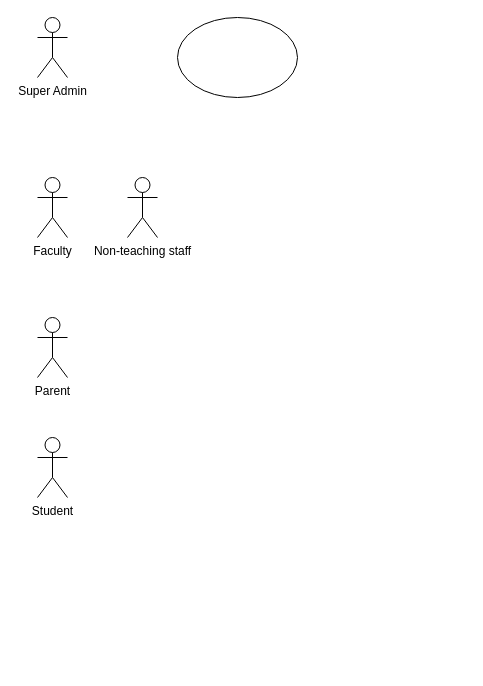
prasad-asundi/Project1 keeps this draw.io diagram as Eduga_User_Flow.drawio. Above is the earlier version. Source tidied: cells renumbered, new cells numbered last; positions are measured from the earlier drawing's top-left corner, leaving out a move shared by most shapes. Both pictures are drawn from the tidied source at 100%, with x=0, y=0 at pixel (37, 17).
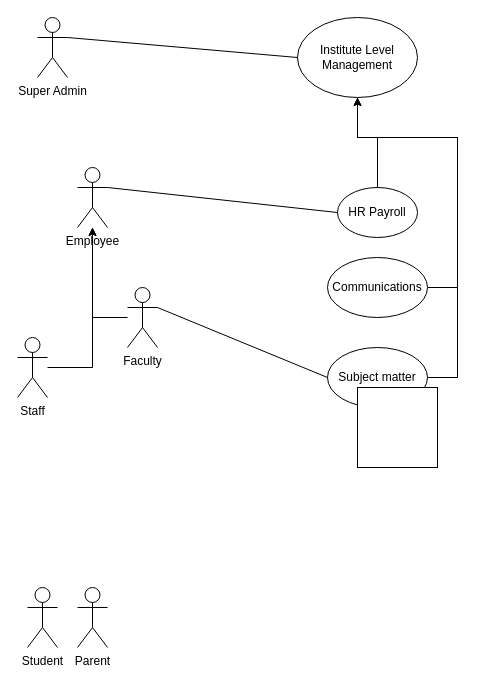
The same page after the edit.

The change refers to these unchanged cells:
```xml
<mxCell id="2" value="&lt;div&gt;Super Admin&lt;/div&gt;" style="shape=umlActor;verticalLabelPosition=bottom;verticalAlign=top;html=1;outlineConnect=0;" parent="1" vertex="1">
  <mxGeometry width="30" height="60" as="geometry" />
</mxCell>
```

The edit, as a diff of the source:
```diff
@@
+    <mxCell id="8" style="edgeStyle=orthogonalEdgeStyle;rounded=0;jettySize=auto;html=1;entryX=0.5;entryY=1;entryDx=0;entryDy=0;" parent="1" edge="1" source="3" target="16">
+      <mxGeometry relative="1" as="geometry">
+        <Array as="points">
+          <mxPoint x="340" y="120" />
+          <mxPoint x="320" y="120" />
+        </Array>
+      </mxGeometry>
+    </mxCell>
-    <mxCell id="3" style="ellipse;whiteSpace=wrap;html=1;" parent="1" vertex="1">
-      <mxGeometry x="140" width="120" height="80" as="geometry" />
+    <mxCell id="3" value="HR Payroll" style="ellipse;whiteSpace=wrap;html=1;" parent="1" vertex="1">
+      <mxGeometry x="300" y="170" width="80" height="50" as="geometry" />
     </mxCell>
+    <mxCell id="9" style="edgeStyle=orthogonalEdgeStyle;rounded=0;jettySize=auto;html=1;" parent="1" edge="1" source="4" target="11">
+      <mxGeometry relative="1" as="geometry" />
+    </mxCell>
     <mxCell id="4" value="&lt;div&gt;Faculty&lt;/div&gt;" style="shape=umlActor;verticalLabelPosition=bottom;verticalAlign=top;html=1;outlineConnect=0;" parent="1" vertex="1">
-      <mxGeometry y="160" width="30" height="60" as="geometry" />
+      <mxGeometry x="90" y="270" width="30" height="60" as="geometry" />
     </mxCell>
     <mxCell id="5" value="Parent" style="shape=umlActor;verticalLabelPosition=bottom;verticalAlign=top;html=1;" parent="1" vertex="1">
-      <mxGeometry y="300" width="30" height="60" as="geometry" />
+      <mxGeometry x="40" y="570" width="30" height="60" as="geometry" />
     </mxCell>
     <mxCell id="6" value="Student" style="shape=umlActor;verticalLabelPosition=bottom;verticalAlign=top;html=1;" parent="1" vertex="1">
-      <mxGeometry y="420" width="30" height="60" as="geometry" />
+      <mxGeometry x="-10" y="570" width="30" height="60" as="geometry" />
     </mxCell>
+    <mxCell id="10" style="edgeStyle=orthogonalEdgeStyle;rounded=0;jettySize=auto;html=1;" parent="1" edge="1" source="7" target="11">
+      <mxGeometry relative="1" as="geometry" />
+    </mxCell>
-    <mxCell id="7" value="Non-teaching staff" style="shape=umlActor;verticalLabelPosition=bottom;verticalAlign=top;html=1;outlineConnect=0;" parent="1" vertex="1">
-      <mxGeometry x="90" y="160" width="30" height="60" as="geometry" />
+    <mxCell id="7" value="Staff" style="shape=umlActor;verticalLabelPosition=bottom;verticalAlign=top;html=1;outlineConnect=0;" parent="1" vertex="1">
+      <mxGeometry x="-20" y="320" width="30" height="60" as="geometry" />
     </mxCell>
+    <mxCell id="11" value="Employee" style="shape=umlActor;verticalLabelPosition=bottom;verticalAlign=top;html=1;outlineConnect=0;" parent="1" vertex="1">
+      <mxGeometry x="40" y="150" width="30" height="60" as="geometry" />
+    </mxCell>
+    <mxCell id="12" style="endArrow=none;html=1;rounded=0;entryX=0;entryY=0.5;entryDx=0;entryDy=0;exitX=1;exitY=0.3333333333333333;exitDx=0;exitDy=0;exitPerimeter=0;" parent="1" edge="1" source="11" target="3">
+      <mxGeometry relative="1" as="geometry" />
+    </mxCell>
+    <mxCell id="13" style="edgeStyle=orthogonalEdgeStyle;rounded=0;jettySize=auto;html=1;" parent="1" edge="1" source="14">
+      <mxGeometry relative="1" as="geometry">
+        <mxPoint x="320" y="70" as="targetPoint" />
+        <Array as="points">
+          <mxPoint x="420" y="360" />
+          <mxPoint x="420" y="120" />
+          <mxPoint x="320" y="120" />
+        </Array>
+      </mxGeometry>
+    </mxCell>
+    <mxCell id="14" value="Subject matter" style="ellipse;whiteSpace=wrap;html=1;" parent="1" vertex="1">
+      <mxGeometry x="290" y="330" width="100" height="60" as="geometry" />
+    </mxCell>
+    <mxCell id="15" style="endArrow=none;html=1;rounded=0;entryX=0;entryY=0.5;entryDx=0;entryDy=0;exitX=1;exitY=0.3333333333333333;exitDx=0;exitDy=0;exitPerimeter=0;" parent="1" edge="1" source="4" target="14">
+      <mxGeometry relative="1" as="geometry" />
+    </mxCell>
+    <mxCell id="16" value="Institute Level Management" style="ellipse;whiteSpace=wrap;html=1;" parent="1" vertex="1">
+      <mxGeometry x="260" width="120" height="80" as="geometry" />
+    </mxCell>
+    <mxCell id="17" style="endArrow=none;html=1;rounded=0;entryX=0;entryY=0.5;entryDx=0;entryDy=0;exitX=1;exitY=0.3333333333333333;exitDx=0;exitDy=0;exitPerimeter=0;" parent="1" edge="1" source="2" target="16">
+      <mxGeometry relative="1" as="geometry" />
+    </mxCell>
+    <mxCell id="18" style="edgeStyle=orthogonalEdgeStyle;rounded=0;jettySize=auto;html=1;" parent="1" edge="1" source="19" target="16">
+      <mxGeometry relative="1" as="geometry">
+        <Array as="points">
+          <mxPoint x="420" y="270" />
+          <mxPoint x="420" y="120" />
+          <mxPoint x="320" y="120" />
+        </Array>
+      </mxGeometry>
+    </mxCell>
+    <mxCell id="19" value="Communications" style="ellipse;whiteSpace=wrap;html=1;" parent="1" vertex="1">
+      <mxGeometry x="290" y="240" width="100" height="60" as="geometry" />
+    </mxCell>
+    <mxCell id="20" style="whiteSpace=wrap;html=1;" parent="1" vertex="1">
+      <mxGeometry x="320" y="370" width="80" height="80" as="geometry" />
+    </mxCell>
```
